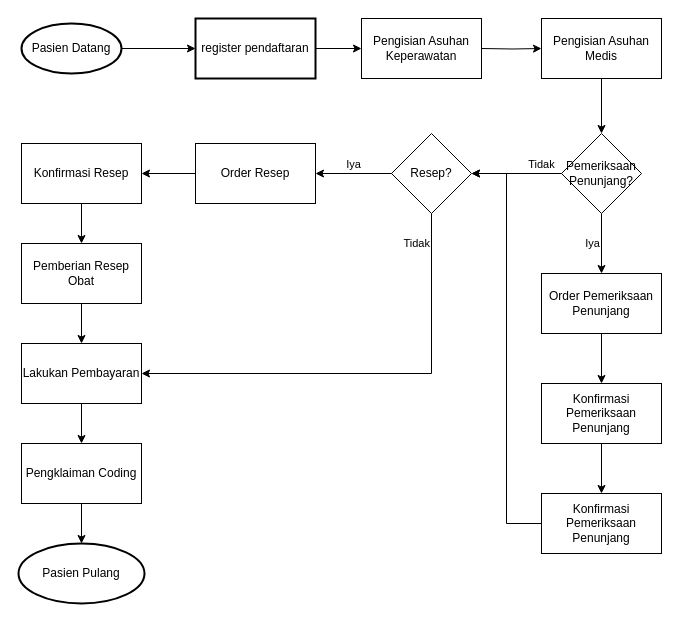
The draw.io diagram page "Flowchart Diagram" (4 of 5) of Untitled Diagram.drawio in ridho-darmawan/srs, before the edit. Source tidied: cells renumbered, new cells numbered last; positions are measured from the earlier drawing's top-left corner, leaving out a move shared by most shapes. Both pictures are drawn from the tidied source at 100%, with x=0, y=0 at pixel (18, 18).
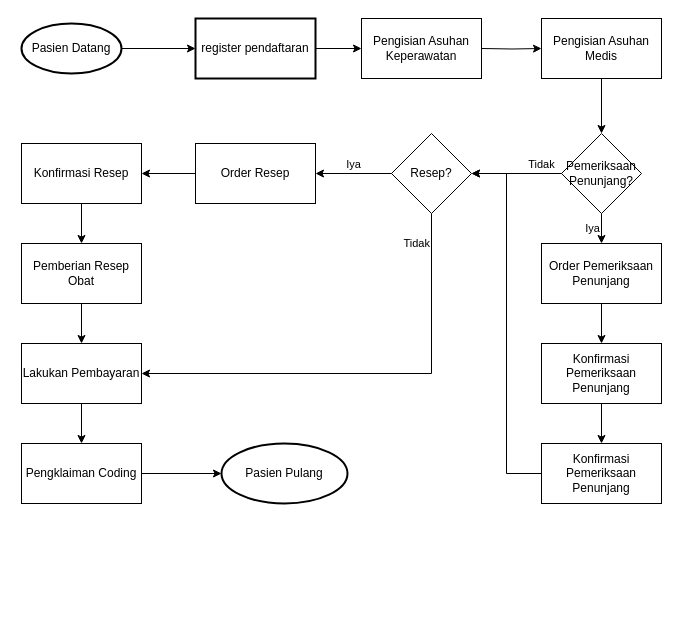
The same diagram, later.

The change refers to these unchanged cells:
```xml
<mxCell id="31" value="Pengklaiman Coding" style="whiteSpace=wrap;html=1;fillColor=none;" parent="1" vertex="1">
  <mxGeometry x="3" y="425" width="120" height="60" as="geometry" />
</mxCell>
```

The edit, as a diff of the source:
```diff
@@
     <mxCell id="17" value="Order Pemeriksaan Penunjang" style="whiteSpace=wrap;html=1;fillColor=none;" parent="1" vertex="1">
-      <mxGeometry x="523" y="255" width="120" height="60" as="geometry" />
+      <mxGeometry x="523" y="225" width="120" height="60" as="geometry" />
     </mxCell>
@@
     <mxCell id="19" value="Konfirmasi Pemeriksaan Penunjang" style="whiteSpace=wrap;html=1;fillColor=none;" parent="1" vertex="1">
-      <mxGeometry x="523" y="365" width="120" height="60" as="geometry" />
+      <mxGeometry x="523" y="325" width="120" height="60" as="geometry" />
     </mxCell>
@@
     <mxCell id="21" value="Konfirmasi Pemeriksaan Penunjang" style="whiteSpace=wrap;html=1;fillColor=none;" parent="1" vertex="1">
-      <mxGeometry x="523" y="475" width="120" height="60" as="geometry" />
+      <mxGeometry x="523" y="425" width="120" height="60" as="geometry" />
     </mxCell>
@@
-    <mxCell id="30" style="edgeStyle=orthogonalEdgeStyle;rounded=0;jettySize=auto;html=1;exitX=0.5;exitY=1;exitDx=0;exitDy=0;entryX=0.5;entryY=0;entryDx=0;entryDy=0;entryPerimeter=0;" parent="1" edge="1" source="31" target="32">
+    <mxCell id="30" style="edgeStyle=orthogonalEdgeStyle;rounded=0;jettySize=auto;html=1;exitX=1;exitY=0.5;exitDx=0;exitDy=0;entryX=0;entryY=0.5;entryDx=0;entryDy=0;entryPerimeter=0;" parent="1" edge="1" source="31" target="32">
       <mxGeometry relative="1" as="geometry" />
     </mxCell>
@@
     <mxCell id="32" value="Pasien Pulang" style="strokeWidth=2;html=1;shape=mxgraph.flowchart.start_1;whiteSpace=wrap;" parent="1" vertex="1">
-      <mxGeometry y="525" width="126" height="60" as="geometry" />
+      <mxGeometry x="203" y="425" width="126" height="60" as="geometry" />
     </mxCell>
```
